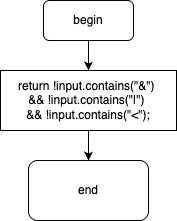
Earlier version of the draw.io export LabsLOIS/FirstLab/schemes/validateUnchanged.png (L1x0/LabsBSUIR). Source tidied: cells renumbered, new cells last; positions are measured from the earlier drawing's top-left corner, leaving out a move shared by most shapes.
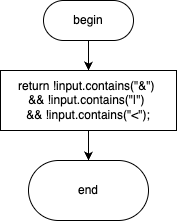
After the change.

Diff of the diagram source:
```diff
@@ -5,7 +5,7 @@
     <mxCell id="2" style="edgeStyle=orthogonalEdgeStyle;rounded=0;jettySize=auto;html=1;entryX=0.5;entryY=0;entryDx=0;entryDy=0;" parent="1" edge="1" source="3" target="5">
       <mxGeometry relative="1" as="geometry" />
     </mxCell>
-    <mxCell id="3" value="begin" style="rounded=1;whiteSpace=wrap;html=1;" parent="1" vertex="1">
+    <mxCell id="3" value="begin" style="rounded=1;whiteSpace=wrap;html=1;arcSize=50;" parent="1" vertex="1">
       <mxGeometry x="43" width="90" height="40" as="geometry" />
     </mxCell>
     <mxCell id="4" style="edgeStyle=orthogonalEdgeStyle;rounded=0;jettySize=auto;html=1;entryX=0.5;entryY=0;entryDx=0;entryDy=0;" parent="1" edge="1" source="5" target="6">
@@ -14,7 +14,7 @@
     <mxCell id="5" value="&lt;div style=&quot;&quot;&gt;&lt;pre style=&quot;&quot;&gt;&lt;div style=&quot;&quot;&gt;&lt;p style=&quot;&quot;&gt;&lt;font face=&quot;Helvetica&quot;&gt;&lt;font style=&quot;color: rgb(0, 0, 0);&quot;&gt;return !input.contains(&quot;&amp;amp;&quot;) &lt;br&gt;&lt;/font&gt;&lt;font style=&quot;color: rgb(0, 0, 0);&quot;&gt;&amp;amp;&amp;amp; !input.contains(&quot;|&quot;) &lt;br&gt;&lt;/font&gt;&lt;font style=&quot;color: rgb(0, 0, 0);&quot;&gt;&amp;amp;&amp;amp; !input.contains(&quot;&amp;lt;&quot;);&lt;/font&gt;&lt;/font&gt;&lt;/p&gt;&lt;/div&gt;&lt;/pre&gt;&lt;/div&gt;" style="rounded=0;whiteSpace=wrap;html=1;" parent="1" vertex="1">
       <mxGeometry y="70" width="176" height="60" as="geometry" />
     </mxCell>
-    <mxCell id="6" value="end" style="rounded=1;whiteSpace=wrap;html=1;" parent="1" vertex="1">
+    <mxCell id="6" value="end" style="rounded=1;whiteSpace=wrap;html=1;arcSize=50;" parent="1" vertex="1">
       <mxGeometry x="28" y="160" width="120" height="60" as="geometry" />
     </mxCell>
   </root>
```
